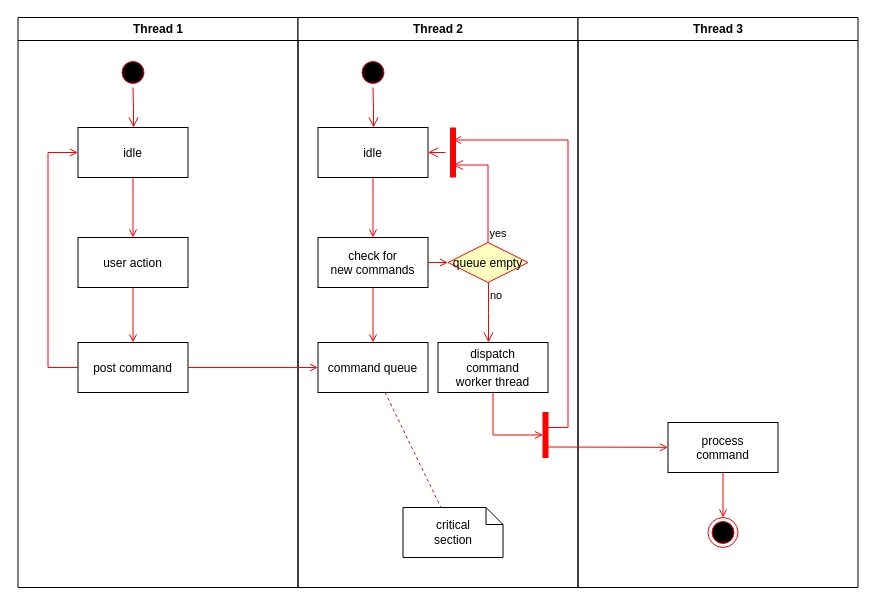
Earlier version of the draw.io diagram 未命名绘图.drawio (fish-bluff-cats/fish-bluff-cats). Source tidied: cells renumbered, new cells numbered last; positions are measured from the earlier drawing's top-left corner, leaving out a move shared by most shapes. Both pictures are drawn from the tidied source at 100%, with x=0, y=0 at pixel (17, 17).
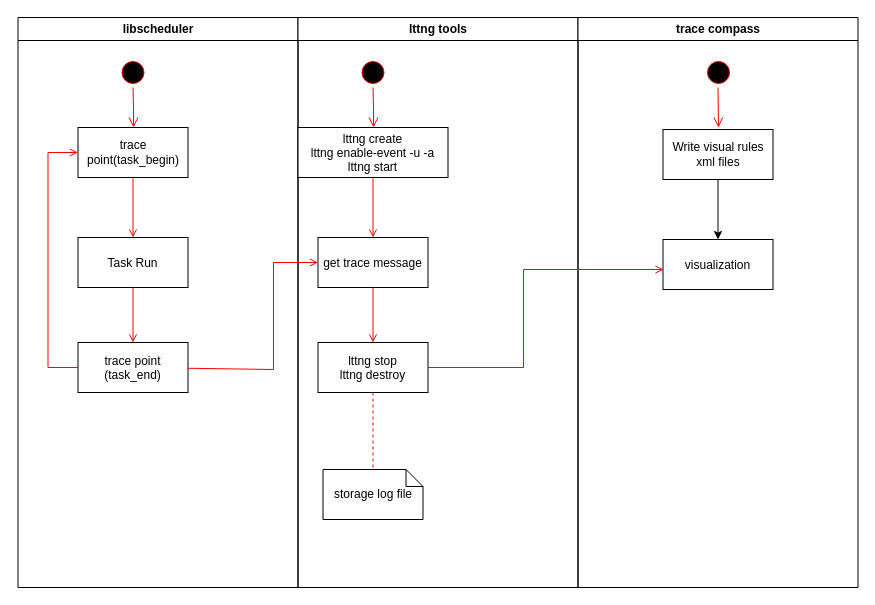
The same diagram, later.

Diff of the diagram source:
```diff
@@
-    <mxCell id="2" value="Thread 1" style="swimlane;whiteSpace=wrap;" parent="1" vertex="1">
+    <mxCell id="2" value="libscheduler" style="swimlane;whiteSpace=wrap;" parent="1" vertex="1">
       <mxGeometry x="0.5" width="280" height="570" as="geometry" />
     </mxCell>
@@
-    <mxCell id="5" value="idle" parent="2" vertex="1">
+    <mxCell id="5" value="trace point(task_begin)" style="whiteSpace=wrap;" parent="2" vertex="1">
       <mxGeometry x="60" y="110" width="110" height="50" as="geometry" />
     </mxCell>
-    <mxCell id="6" value="user action" parent="2" vertex="1">
+    <mxCell id="6" value="Task Run" parent="2" vertex="1">
       <mxGeometry x="60" y="220" width="110" height="50" as="geometry" />
     </mxCell>
@@
-    <mxCell id="8" value="post command" parent="2" vertex="1">
+    <mxCell id="8" value="trace point&#10;(task_end)" parent="2" vertex="1">
       <mxGeometry x="60" y="325" width="110" height="50" as="geometry" />
     </mxCell>
@@
-    <mxCell id="11" value="Thread 2" style="swimlane;whiteSpace=wrap;" parent="1" vertex="1">
+    <mxCell id="11" value="lttng tools" style="swimlane;whiteSpace=wrap;" parent="1" vertex="1">
       <mxGeometry x="280.5" width="280" height="570" as="geometry" />
     </mxCell>
@@
-    <mxCell id="14" value="idle" parent="11" vertex="1">
-      <mxGeometry x="20" y="110" width="110" height="50" as="geometry" />
+    <mxCell id="14" value="lttng create&#10;lttng enable-event -u -a&#10;lttng start" parent="11" vertex="1">
+      <mxGeometry y="110" width="150" height="50" as="geometry" />
     </mxCell>
-    <mxCell id="15" value="check for &#10;new commands" parent="11" vertex="1">
+    <mxCell id="15" value="get trace message" parent="11" vertex="1">
       <mxGeometry x="20" y="220" width="110" height="50" as="geometry" />
     </mxCell>
@@
-    <mxCell id="17" value="command queue" parent="11" vertex="1">
+    <mxCell id="17" value="lttng stop&#10;lttng destroy" parent="11" vertex="1">
       <mxGeometry x="20" y="325" width="110" height="50" as="geometry" />
     </mxCell>
@@
-    <mxCell id="19" value="queue empty" style="rhombus;fillColor=#ffffc0;strokeColor=#ff0000;" parent="11" vertex="1">
-      <mxGeometry x="150" y="225" width="80" height="40" as="geometry" />
-    </mxCell>
-    <mxCell id="20" value="yes" style="edgeStyle=elbowEdgeStyle;elbow=horizontal;align=left;verticalAlign=bottom;endArrow=open;endSize=8;strokeColor=#FF0000;exitX=0.5;exitY=0;endFill=1;rounded=0;entryX=0.75;entryY=0.5;entryPerimeter=0;" parent="11" edge="1" source="19" target="23">
-      <mxGeometry x="-1" relative="1" as="geometry">
-        <Array as="points">
-          <mxPoint x="190" y="180" />
-        </Array>
-      </mxGeometry>
-    </mxCell>
-    <mxCell id="21" value="no" style="edgeStyle=elbowEdgeStyle;elbow=horizontal;align=left;verticalAlign=top;endArrow=open;endSize=8;strokeColor=#FF0000;endFill=1;rounded=0;" parent="11" edge="1" source="19" target="25">
-      <mxGeometry x="-1" relative="1" as="geometry" />
-    </mxCell>
-    <mxCell id="22" style="endArrow=open;strokeColor=#FF0000;endFill=1;rounded=0;" parent="11" edge="1" source="15" target="19">
-      <mxGeometry relative="1" as="geometry" />
-    </mxCell>
-    <mxCell id="23" style="shape=line;strokeWidth=6;strokeColor=#ff0000;rotation=90;" parent="11" vertex="1">
-      <mxGeometry x="130" y="127.5" width="50" height="15" as="geometry" />
-    </mxCell>
-    <mxCell id="24" style="edgeStyle=elbowEdgeStyle;elbow=horizontal;verticalAlign=bottom;endArrow=open;endSize=8;strokeColor=#FF0000;endFill=1;rounded=0;" parent="11" edge="1" source="23" target="14">
-      <mxGeometry x="130" y="90" as="geometry" />
-    </mxCell>
-    <mxCell id="25" value="dispatch&#10;command&#10;worker thread" parent="11" vertex="1">
-      <mxGeometry x="140" y="325" width="110" height="50" as="geometry" />
-    </mxCell>
-    <mxCell id="26" value="critical&#10;section" style="shape=note;whiteSpace=wrap;size=17;" parent="11" vertex="1">
-      <mxGeometry x="105" y="490" width="100" height="50" as="geometry" />
+    <mxCell id="26" value="storage log file" style="shape=note;whiteSpace=wrap;size=17;" parent="11" vertex="1">
+      <mxGeometry x="25" y="452" width="100" height="50" as="geometry" />
     </mxCell>
@@
-    <mxCell id="28" style="whiteSpace=wrap;strokeColor=#FF0000;fillColor=#FF0000;" parent="11" vertex="1">
-      <mxGeometry x="245" y="395" width="5" height="45" as="geometry" />
-    </mxCell>
-    <mxCell id="29" style="edgeStyle=elbowEdgeStyle;elbow=horizontal;entryX=0;entryY=0.5;strokeColor=#FF0000;endArrow=open;endFill=1;rounded=0;" parent="11" edge="1" source="25" target="28">
-      <mxGeometry relative="1" as="geometry">
-        <Array as="points">
-          <mxPoint x="195" y="400" />
-        </Array>
-      </mxGeometry>
-    </mxCell>
-    <mxCell id="30" value="Thread 3" style="swimlane;whiteSpace=wrap;" parent="1" vertex="1">
+    <mxCell id="30" value="trace compass" style="swimlane;whiteSpace=wrap;" parent="1" vertex="1">
       <mxGeometry x="560.5" width="280" height="570" as="geometry" />
     </mxCell>
-    <mxCell id="31" value="process&#10;command" parent="30" vertex="1">
-      <mxGeometry x="90" y="405" width="110" height="50" as="geometry" />
+    <mxCell id="31" value="visualization" parent="30" vertex="1">
+      <mxGeometry x="85" y="222" width="110" height="50" as="geometry" />
     </mxCell>
-    <mxCell id="32" style="edgeStyle=elbowEdgeStyle;elbow=horizontal;strokeColor=#FF0000;endArrow=open;endFill=1;rounded=0;entryX=0.25;entryY=0.5;entryPerimeter=0;" parent="30" edge="1" target="23">
-      <mxGeometry relative="1" as="geometry">
-        <mxPoint x="-30" y="410" as="sourcePoint" />
-        <Array as="points">
-          <mxPoint x="-10" y="135" />
-        </Array>
-      </mxGeometry>
-    </mxCell>
+    <mxCell id="37" style="ellipse;shape=startState;fillColor=#000000;strokeColor=#ff0000;" parent="30" vertex="1">
+      <mxGeometry x="125.5" y="40" width="30" height="30" as="geometry" />
+    </mxCell>
+    <mxCell id="38" style="edgeStyle=elbowEdgeStyle;elbow=horizontal;verticalAlign=bottom;endArrow=open;endSize=8;strokeColor=#FF0000;endFill=1;rounded=0;" parent="30" edge="1">
+      <mxGeometry x="-684.5" y="-108" as="geometry">
+        <mxPoint x="140" y="70" as="sourcePoint" />
+        <mxPoint x="141" y="110" as="targetPoint" />
+      </mxGeometry>
+    </mxCell>
+    <mxCell id="39" style="edgeStyle=orthogonalEdgeStyle;rounded=0;jettySize=auto;html=1;" parent="30" edge="1" source="40" target="31">
+      <mxGeometry relative="1" as="geometry" />
+    </mxCell>
+    <mxCell id="40" value="Write visual rules xml files" style="whiteSpace=wrap;" parent="30" vertex="1">
+      <mxGeometry x="85" y="112" width="110" height="50" as="geometry" />
+    </mxCell>
+    <mxCell id="36" style="endArrow=open;strokeColor=#FF0000;endFill=1;rounded=0;entryX=0;entryY=0.5;entryDx=0;entryDy=0;" parent="1" edge="1" source="8" target="15">
+      <mxGeometry relative="1" as="geometry">
+        <Array as="points">
+          <mxPoint x="256" y="352" />
+          <mxPoint x="256" y="245" />
+        </Array>
+      </mxGeometry>
+    </mxCell>
-    <mxCell id="33" style="edgeStyle=none;strokeColor=#FF0000;endArrow=open;endFill=1;rounded=0;" parent="30" edge="1" target="31">
+    <mxCell id="33" style="edgeStyle=none;strokeColor=#FF0000;endArrow=open;endFill=1;rounded=0;exitX=1;exitY=0.5;exitDx=0;exitDy=0;" parent="1" edge="1" source="17">
       <mxGeometry relative="1" as="geometry">
-        <mxPoint x="-30" y="429.5" as="sourcePoint" />
+        <mxPoint x="646" y="252" as="targetPoint" />
+        <Array as="points">
+          <mxPoint x="506" y="350" />
+          <mxPoint x="506" y="252" />
+        </Array>
       </mxGeometry>
     </mxCell>
-    <mxCell id="34" style="ellipse;shape=endState;fillColor=#000000;strokeColor=#ff0000;" parent="30" vertex="1">
-      <mxGeometry x="130" y="500" width="30" height="30" as="geometry" />
-    </mxCell>
-    <mxCell id="35" style="endArrow=open;strokeColor=#FF0000;endFill=1;rounded=0;" parent="30" edge="1" source="31" target="34">
-      <mxGeometry relative="1" as="geometry" />
-    </mxCell>
-    <mxCell id="36" style="endArrow=open;strokeColor=#FF0000;endFill=1;rounded=0;" parent="1" edge="1" source="8" target="17">
-      <mxGeometry relative="1" as="geometry" />
-    </mxCell>
```
